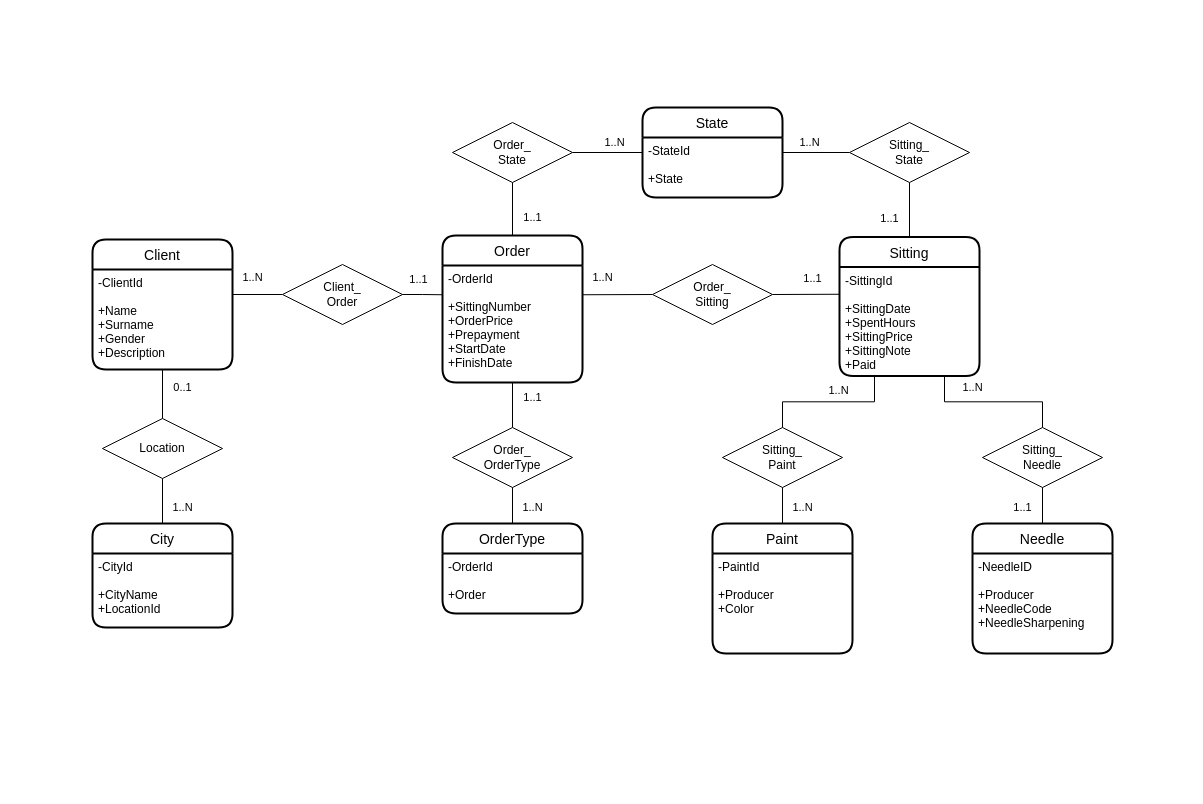
Anathan24/MaxTattoo keeps this draw.io diagram as src/main/resources/database/EntityRelationship/MaxTattooER.drawio. Above is the earlier version. Source tidied: cells renumbered, new cells numbered last; positions are measured from the earlier drawing's top-left corner, leaving out a move shared by most shapes. Both pictures are drawn from the tidied source at 100%, with x=0, y=0 at pixel (17, 17).
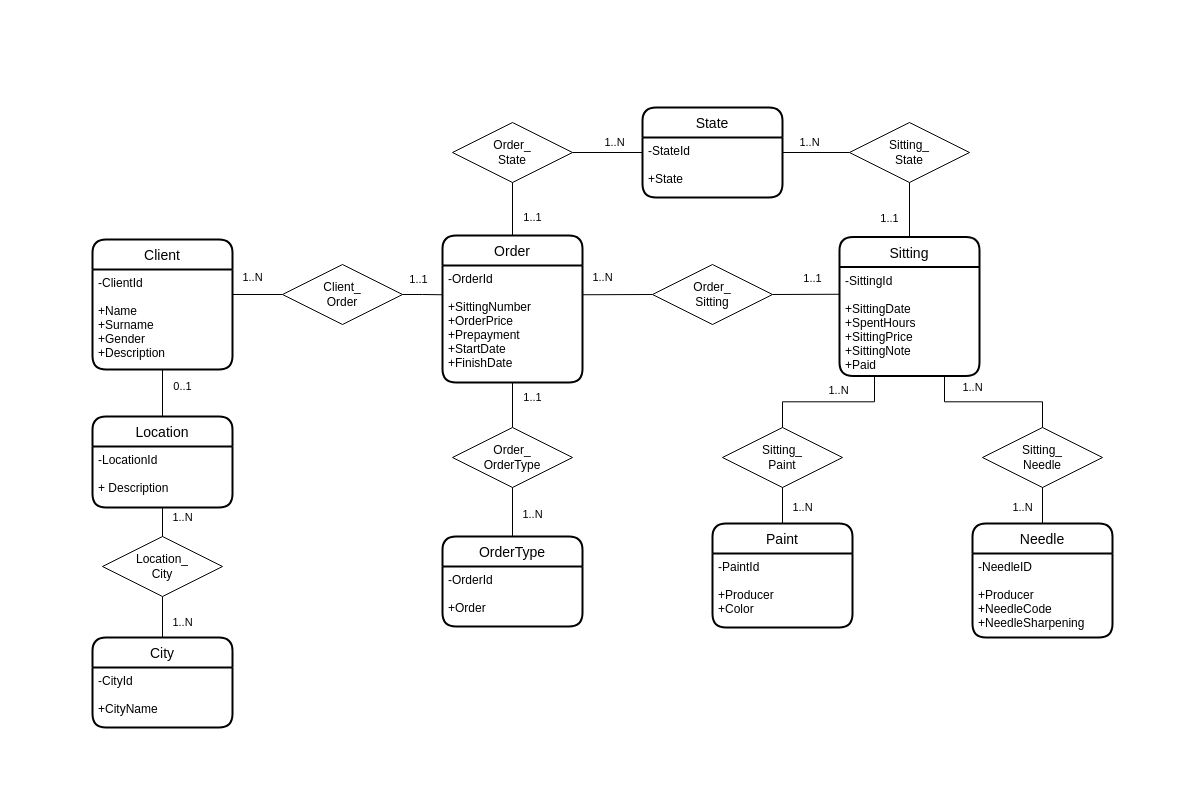
Above is the later version.

Unchanged cells that the change refers to:
```xml
<mxCell id="5" value="-ClientId&#10;&#10;+Name&#10;+Surname&#10;+Gender&#10;+Description" style="align=left;strokeColor=none;fillColor=none;spacingLeft=4;fontSize=12;verticalAlign=top;" parent="4" vertex="1">
  <mxGeometry y="30" width="140" height="100" as="geometry" />
</mxCell>
<mxCell id="24" value="Sitting_&lt;br&gt;Needle" style="shape=rhombus;perimeter=rhombusPerimeter;whiteSpace=wrap;html=1;align=center;" parent="1" vertex="1">
  <mxGeometry x="965" y="410" width="120" height="60" as="geometry" />
</mxCell>
```

Diff of the diagram source:
```diff
@@
     <mxCell id="14" value="City" style="swimlane;horizontal=1;startSize=30;rounded=1;fontSize=14;fontStyle=0;strokeWidth=2;shadow=0;dashed=0;align=center;" parent="1" vertex="1">
-      <mxGeometry x="75" y="506" width="140" height="104" as="geometry" />
+      <mxGeometry x="75" y="620" width="140" height="90" as="geometry" />
     </mxCell>
-    <mxCell id="15" value="-CityId&#10;&#10;+CityName&#10;+LocationId" style="align=left;strokeColor=none;fillColor=none;spacingLeft=4;fontSize=12;verticalAlign=top;" parent="14" vertex="1">
-      <mxGeometry y="30" width="140" height="74" as="geometry" />
+    <mxCell id="15" value="-CityId&#10;&#10;+CityName" style="align=left;strokeColor=none;fillColor=none;spacingLeft=4;fontSize=12;verticalAlign=top;" parent="14" vertex="1">
+      <mxGeometry y="30" width="140" height="60" as="geometry" />
     </mxCell>
-    <mxCell id="16" value="Location" style="shape=rhombus;perimeter=rhombusPerimeter;whiteSpace=wrap;html=1;align=center;" parent="1" vertex="1">
-      <mxGeometry x="85" y="401" width="120" height="60" as="geometry" />
-    </mxCell>
-    <mxCell id="17" value="0..1" style="endArrow=none;html=1;rounded=0;exitX=0.5;exitY=1;exitDx=0;exitDy=0;" parent="1" edge="1" source="5" target="16">
+    <mxCell id="17" value="0..1" style="endArrow=none;html=1;rounded=0;exitX=0.5;exitY=1;exitDx=0;exitDy=0;entryX=0.5;entryY=0;entryDx=0;entryDy=0;" parent="1" edge="1" source="5" target="16">
       <mxGeometry x="-0.27" y="20" relative="1" as="geometry" />
     </mxCell>
-    <mxCell id="18" value="1..N" style="endArrow=none;html=1;rounded=0;entryX=0.5;entryY=1;entryDx=0;entryDy=0;exitX=0.5;exitY=0;exitDx=0;exitDy=0;" parent="1" edge="1" source="14" target="16">
+    <mxCell id="18" value="1..N" style="endArrow=none;html=1;rounded=0;entryX=0.5;entryY=1;entryDx=0;entryDy=0;exitX=0.5;exitY=0;exitDx=0;exitDy=0;" parent="1" edge="1" source="14" target="47">
       <mxGeometry x="-0.29" y="-20" relative="1" as="geometry" />
     </mxCell>
     <mxCell id="19" value="Paint" style="swimlane;horizontal=1;startSize=30;rounded=1;fontSize=14;fontStyle=0;strokeWidth=2;shadow=0;dashed=0;align=center;" parent="1" vertex="1">
-      <mxGeometry x="695" y="506" width="140" height="130" as="geometry" />
+      <mxGeometry x="695" y="506" width="140" height="104" as="geometry" />
     </mxCell>
     <mxCell id="20" value="-PaintId&#10;&#10;+Producer&#10;+Color&#10;" style="align=left;strokeColor=none;fillColor=none;spacingLeft=4;fontSize=12;verticalAlign=top;" parent="19" vertex="1">
-      <mxGeometry y="30" width="140" height="100" as="geometry" />
+      <mxGeometry y="30" width="140" height="74" as="geometry" />
     </mxCell>
     <mxCell id="21" value="Needle" style="swimlane;horizontal=1;startSize=30;rounded=1;fontSize=14;fontStyle=0;strokeWidth=2;shadow=0;dashed=0;align=center;" parent="1" vertex="1">
-      <mxGeometry x="955" y="506" width="140" height="130" as="geometry" />
+      <mxGeometry x="955" y="506" width="140" height="114" as="geometry" />
     </mxCell>
     <mxCell id="22" value="-NeedleID&#10;&#10;+Producer&#10;+NeedleCode&#10;+NeedleSharpening" style="align=left;strokeColor=none;fillColor=none;spacingLeft=4;fontSize=12;verticalAlign=top;" parent="21" vertex="1">
-      <mxGeometry y="30" width="140" height="100" as="geometry" />
+      <mxGeometry y="30" width="140" height="84" as="geometry" />
     </mxCell>
@@
-    <mxCell id="26" value="1..1" style="endArrow=none;html=1;rounded=0;exitX=0.5;exitY=0;exitDx=0;exitDy=0;entryX=0.5;entryY=1;entryDx=0;entryDy=0;" parent="1" edge="1" source="21" target="24">
+    <mxCell id="26" value="1..N" style="endArrow=none;html=1;rounded=0;exitX=0.5;exitY=0;exitDx=0;exitDy=0;entryX=0.5;entryY=1;entryDx=0;entryDy=0;" parent="1" edge="1" source="21" target="24">
       <mxGeometry x="-0.11" y="20" relative="1" as="geometry" />
     </mxCell>
@@
     <mxCell id="37" value="OrderType" style="swimlane;horizontal=1;startSize=30;rounded=1;fontSize=14;fontStyle=0;strokeWidth=2;shadow=0;dashed=0;align=center;" parent="1" vertex="1">
-      <mxGeometry x="425" y="506" width="140" height="90" as="geometry" />
+      <mxGeometry x="425" y="519" width="140" height="90" as="geometry" />
     </mxCell>
@@
     <mxCell id="43" value="&amp;nbsp;" style="text;html=1;align=center;verticalAlign=middle;" parent="1" vertex="1">
-      <mxGeometry x="625" y="710" width="20" height="20" as="geometry" />
+      <mxGeometry x="625" y="750" width="20" height="20" as="geometry" />
     </mxCell>
     <mxCell id="44" value="&amp;nbsp;" style="text;html=1;align=center;verticalAlign=middle;" parent="1" vertex="1">
-      <mxGeometry y="390" width="20" height="20" as="geometry" />
+      <mxGeometry x="5" y="349" width="20" height="20" as="geometry" />
     </mxCell>
@@
+    <mxCell id="16" value="Location" style="swimlane;horizontal=1;startSize=30;rounded=1;fontSize=14;fontStyle=0;strokeWidth=2;shadow=0;dashed=0;align=center;" parent="1" vertex="1">
+      <mxGeometry x="75" y="399" width="140" height="91" as="geometry" />
+    </mxCell>
+    <mxCell id="46" value="-LocationId&#10;&#10;+ Description" style="align=left;strokeColor=none;fillColor=none;spacingLeft=4;fontSize=12;verticalAlign=top;" parent="16" vertex="1">
+      <mxGeometry y="30" width="140" height="61" as="geometry" />
+    </mxCell>
+    <mxCell id="47" value="Location_&lt;br&gt;City" style="shape=rhombus;perimeter=rhombusPerimeter;whiteSpace=wrap;html=1;align=center;" parent="1" vertex="1">
+      <mxGeometry x="85" y="519" width="120" height="60" as="geometry" />
+    </mxCell>
+    <mxCell id="48" value="1..N" style="endArrow=none;html=1;rounded=0;entryX=0.5;entryY=1;entryDx=0;entryDy=0;exitX=0.5;exitY=0;exitDx=0;exitDy=0;" parent="1" edge="1" source="47" target="46">
+      <mxGeometry x="0.3" y="-20" relative="1" as="geometry" />
+    </mxCell>
```
